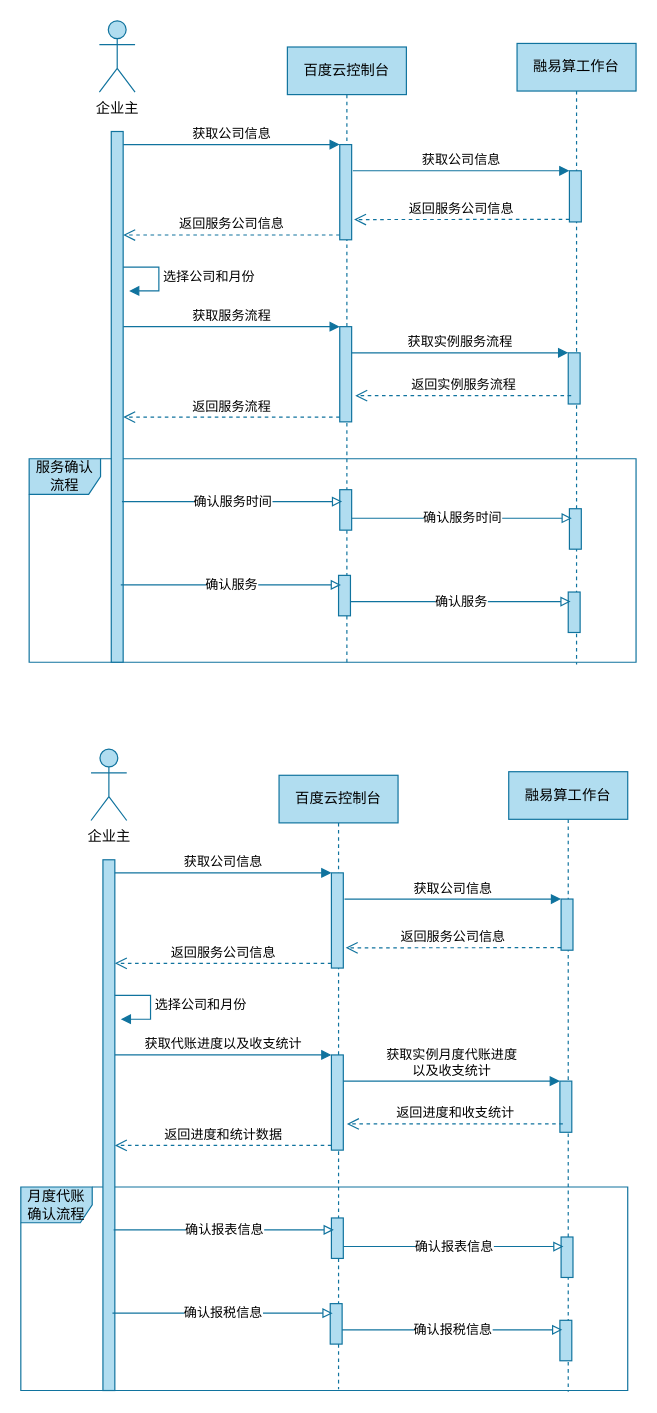
This is 百度云时序.drawio from zhaoershuang/flow-chart, a draw.io file, before an edit. Source tidied: cells renumbered, new cells numbered last; positions are measured from the earlier drawing's top-left corner, leaving out a move shared by most shapes. Both pictures are drawn from the tidied source at 119%, with x=0, y=0 at pixel (20, 20).
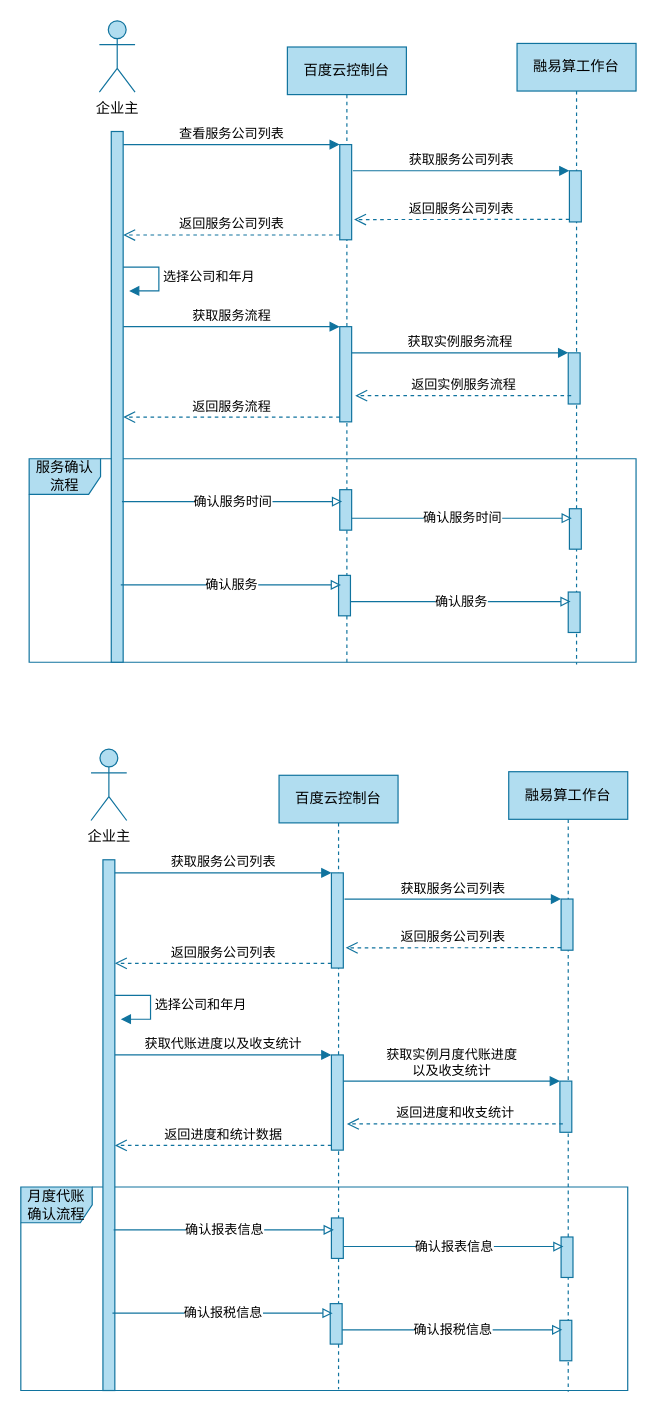
The same diagram, later.

Commit message (it also covers changes not shown here):
更新百度云时序.drawio

The change refers to these unchanged cells:
```xml
<mxCell id="5" style="html=1;points=[];perimeter=orthogonalPerimeter;fillColor=#b1ddf0;strokeColor=#10739e;" parent="4" vertex="1">
  <mxGeometry x="44" y="82" width="10" height="80" as="geometry" />
</mxCell>
<mxCell id="11" style="html=1;points=[];perimeter=orthogonalPerimeter;fillColor=#b1ddf0;strokeColor=#10739e;" parent="1" vertex="1">
  <mxGeometry x="76" y="93" width="10" height="446" as="geometry" />
</mxCell>
<mxCell id="12" value="融易算工作台" style="shape=umlLifeline;perimeter=lifelinePerimeter;whiteSpace=wrap;html=1;fillColor=#b1ddf0;strokeColor=#10739e;" parent="1" vertex="1">
  <mxGeometry x="417" y="19" width="100" height="522" as="geometry" />
</mxCell>
<mxCell id="13" style="html=1;points=[];perimeter=orthogonalPerimeter;fillColor=#b1ddf0;strokeColor=#10739e;" parent="12" vertex="1">
  <mxGeometry x="44" y="107" width="10" height="43" as="geometry" />
</mxCell>
<mxCell id="30" style="html=1;points=[];perimeter=orthogonalPerimeter;fillColor=#b1ddf0;strokeColor=#10739e;" parent="29" vertex="1">
  <mxGeometry x="44" y="82" width="10" height="80" as="geometry" />
</mxCell>
<mxCell id="36" style="html=1;points=[];perimeter=orthogonalPerimeter;fillColor=#b1ddf0;strokeColor=#10739e;" parent="1" vertex="1">
  <mxGeometry x="69" y="705" width="10" height="446" as="geometry" />
</mxCell>
<mxCell id="37" value="融易算工作台" style="shape=umlLifeline;perimeter=lifelinePerimeter;whiteSpace=wrap;html=1;fillColor=#b1ddf0;strokeColor=#10739e;" parent="1" vertex="1">
  <mxGeometry x="410" y="631" width="100" height="521" as="geometry" />
</mxCell>
<mxCell id="38" style="html=1;points=[];perimeter=orthogonalPerimeter;fillColor=#b1ddf0;strokeColor=#10739e;" parent="37" vertex="1">
  <mxGeometry x="44" y="107" width="10" height="43" as="geometry" />
</mxCell>
```

Diff of the diagram source:
```diff
@@
-    <mxCell id="14" value="获取公司信息" style="html=1;verticalAlign=bottom;endArrow=block;entryX=0;entryY=0;fillColor=#b1ddf0;strokeColor=#10739e;" parent="12" edge="1" target="13">
+    <mxCell id="14" value="获取服务公司列表" style="html=1;verticalAlign=bottom;endArrow=block;entryX=0;entryY=0;fillColor=#b1ddf0;strokeColor=#10739e;" parent="12" edge="1" target="13">
       <mxGeometry relative="1" as="geometry">
         <mxPoint x="-138" y="107" as="sourcePoint" />
       </mxGeometry>
     </mxCell>
@@
-    <mxCell id="24" value="选择公司和月份" style="edgeStyle=orthogonalEdgeStyle;html=1;align=left;spacingLeft=2;endArrow=block;rounded=0;entryX=1;entryY=0;fillColor=#b1ddf0;strokeColor=#10739e;" parent="1" edge="1">
+    <mxCell id="24" value="选择公司和年月" style="edgeStyle=orthogonalEdgeStyle;html=1;align=left;spacingLeft=2;endArrow=block;rounded=0;entryX=1;entryY=0;fillColor=#b1ddf0;strokeColor=#10739e;" parent="1" edge="1">
       <mxGeometry relative="1" as="geometry">
         <mxPoint x="86" y="207" as="sourcePoint" />
         <mxPoint x="91" y="227" as="targetPoint" />
         <Array as="points">
           <mxPoint x="116" y="207" />
         </Array>
       </mxGeometry>
     </mxCell>
-    <mxCell id="25" value="获取公司信息" style="html=1;verticalAlign=bottom;endArrow=block;entryX=0;entryY=0;fillColor=#b1ddf0;strokeColor=#10739e;" parent="1" edge="1" source="11" target="5">
+    <mxCell id="25" value="查看服务公司列表" style="html=1;verticalAlign=bottom;endArrow=block;entryX=0;entryY=0;fillColor=#b1ddf0;strokeColor=#10739e;" parent="1" edge="1" source="11" target="5">
       <mxGeometry relative="1" as="geometry" />
     </mxCell>
-    <mxCell id="26" value="返回服务公司信息" style="html=1;verticalAlign=bottom;endArrow=open;dashed=1;endSize=8;exitX=0;exitY=0.95;fillColor=#b1ddf0;strokeColor=#10739e;" parent="1" edge="1" source="5" target="11">
+    <mxCell id="26" value="返回服务公司列表" style="html=1;verticalAlign=bottom;endArrow=open;dashed=1;endSize=8;exitX=0;exitY=0.95;fillColor=#b1ddf0;strokeColor=#10739e;" parent="1" edge="1" source="5" target="11">
       <mxGeometry relative="1" as="geometry" />
     </mxCell>
-    <mxCell id="27" value="返回服务公司信息" style="html=1;verticalAlign=bottom;endArrow=open;dashed=1;endSize=8;exitX=0;exitY=0.95;fillColor=#b1ddf0;strokeColor=#10739e;" parent="1" edge="1" source="13">
+    <mxCell id="27" value="返回服务公司列表" style="html=1;verticalAlign=bottom;endArrow=open;dashed=1;endSize=8;exitX=0;exitY=0.95;fillColor=#b1ddf0;strokeColor=#10739e;" parent="1" edge="1" source="13">
       <mxGeometry relative="1" as="geometry">
         <mxPoint x="280" y="167" as="targetPoint" />
       </mxGeometry>
     </mxCell>
@@
-    <mxCell id="39" value="获取公司信息" style="html=1;verticalAlign=bottom;endArrow=block;entryX=0;entryY=0;fillColor=#b1ddf0;strokeColor=#10739e;" parent="37" edge="1" target="38">
+    <mxCell id="39" value="获取服务公司列表" style="html=1;verticalAlign=bottom;endArrow=block;entryX=0;entryY=0;fillColor=#b1ddf0;strokeColor=#10739e;" parent="37" edge="1" target="38">
       <mxGeometry relative="1" as="geometry">
         <mxPoint x="-138" y="107" as="sourcePoint" />
       </mxGeometry>
     </mxCell>
@@
-    <mxCell id="49" value="选择公司和月份" style="edgeStyle=orthogonalEdgeStyle;html=1;align=left;spacingLeft=2;endArrow=block;rounded=0;entryX=1;entryY=0;fillColor=#b1ddf0;strokeColor=#10739e;" parent="1" edge="1">
+    <mxCell id="49" value="选择公司和年月" style="edgeStyle=orthogonalEdgeStyle;html=1;align=left;spacingLeft=2;endArrow=block;rounded=0;entryX=1;entryY=0;fillColor=#b1ddf0;strokeColor=#10739e;" parent="1" edge="1">
       <mxGeometry relative="1" as="geometry">
         <mxPoint x="79" y="819" as="sourcePoint" />
         <mxPoint x="84" y="839" as="targetPoint" />
         <Array as="points">
           <mxPoint x="109" y="819" />
         </Array>
       </mxGeometry>
     </mxCell>
-    <mxCell id="50" value="获取公司信息" style="html=1;verticalAlign=bottom;endArrow=block;entryX=0;entryY=0;fillColor=#b1ddf0;strokeColor=#10739e;" parent="1" edge="1" source="36" target="30">
+    <mxCell id="50" value="获取服务公司列表" style="html=1;verticalAlign=bottom;endArrow=block;entryX=0;entryY=0;fillColor=#b1ddf0;strokeColor=#10739e;" parent="1" edge="1" source="36" target="30">
       <mxGeometry relative="1" as="geometry" />
     </mxCell>
-    <mxCell id="51" value="返回服务公司信息" style="html=1;verticalAlign=bottom;endArrow=open;dashed=1;endSize=8;exitX=0;exitY=0.95;fillColor=#b1ddf0;strokeColor=#10739e;" parent="1" edge="1" source="30" target="36">
+    <mxCell id="51" value="返回服务公司列表" style="html=1;verticalAlign=bottom;endArrow=open;dashed=1;endSize=8;exitX=0;exitY=0.95;fillColor=#b1ddf0;strokeColor=#10739e;" parent="1" edge="1" source="30" target="36">
       <mxGeometry relative="1" as="geometry" />
     </mxCell>
-    <mxCell id="52" value="返回服务公司信息" style="html=1;verticalAlign=bottom;endArrow=open;dashed=1;endSize=8;exitX=0;exitY=0.95;fillColor=#b1ddf0;strokeColor=#10739e;" parent="1" edge="1" source="38">
+    <mxCell id="52" value="返回服务公司列表" style="html=1;verticalAlign=bottom;endArrow=open;dashed=1;endSize=8;exitX=0;exitY=0.95;fillColor=#b1ddf0;strokeColor=#10739e;" parent="1" edge="1" source="38">
       <mxGeometry relative="1" as="geometry">
         <mxPoint x="273" y="779" as="targetPoint" />
       </mxGeometry>
     </mxCell>
```
